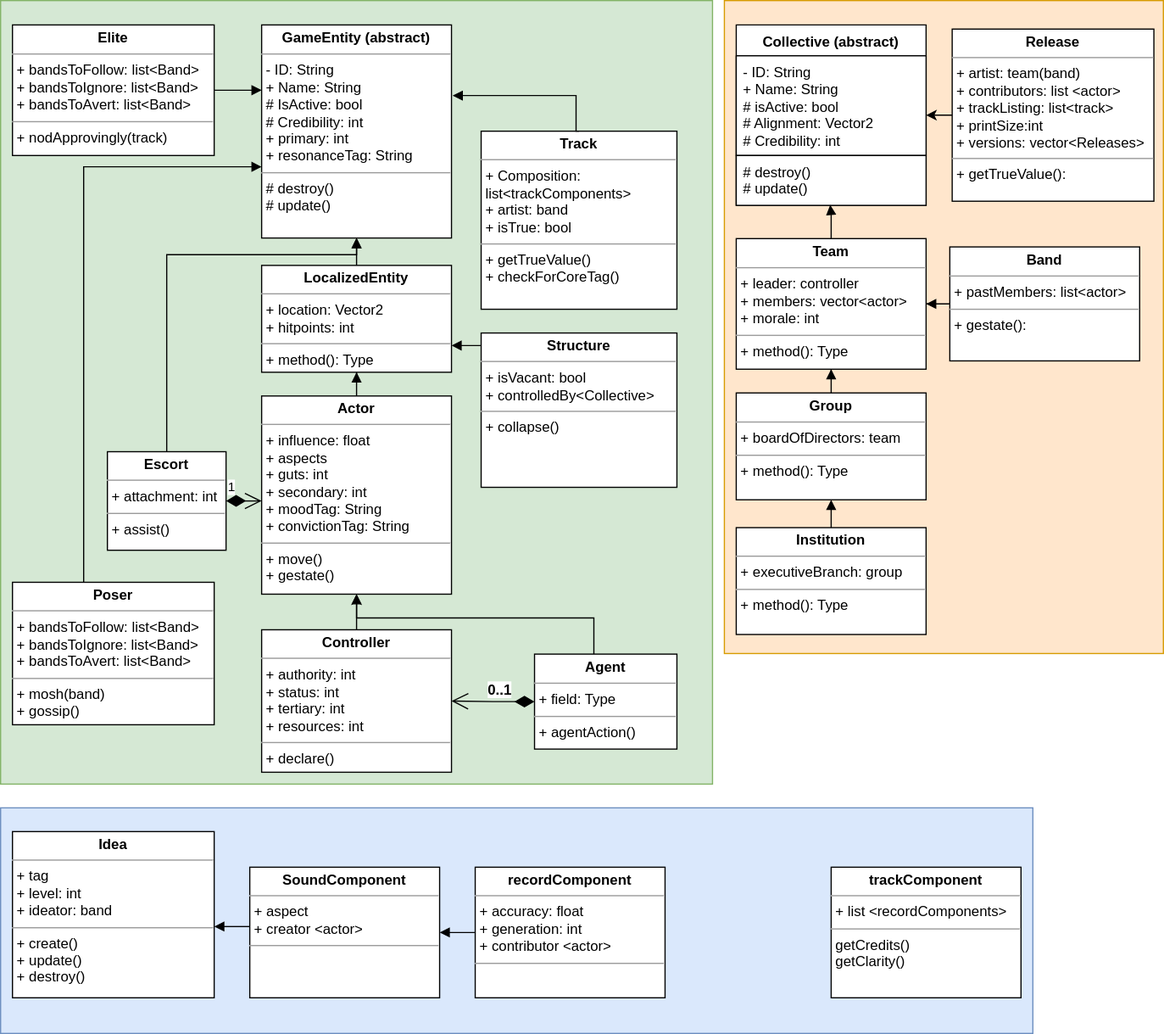
Above: TheProspector/Assets/Schematics/Entity.svg in SakuNurmiranta/TheProspector (draw.io), before the change. Source tidied: cells renumbered, new cells last; positions are measured from the earlier drawing's top-left corner, leaving out a move shared by most shapes.
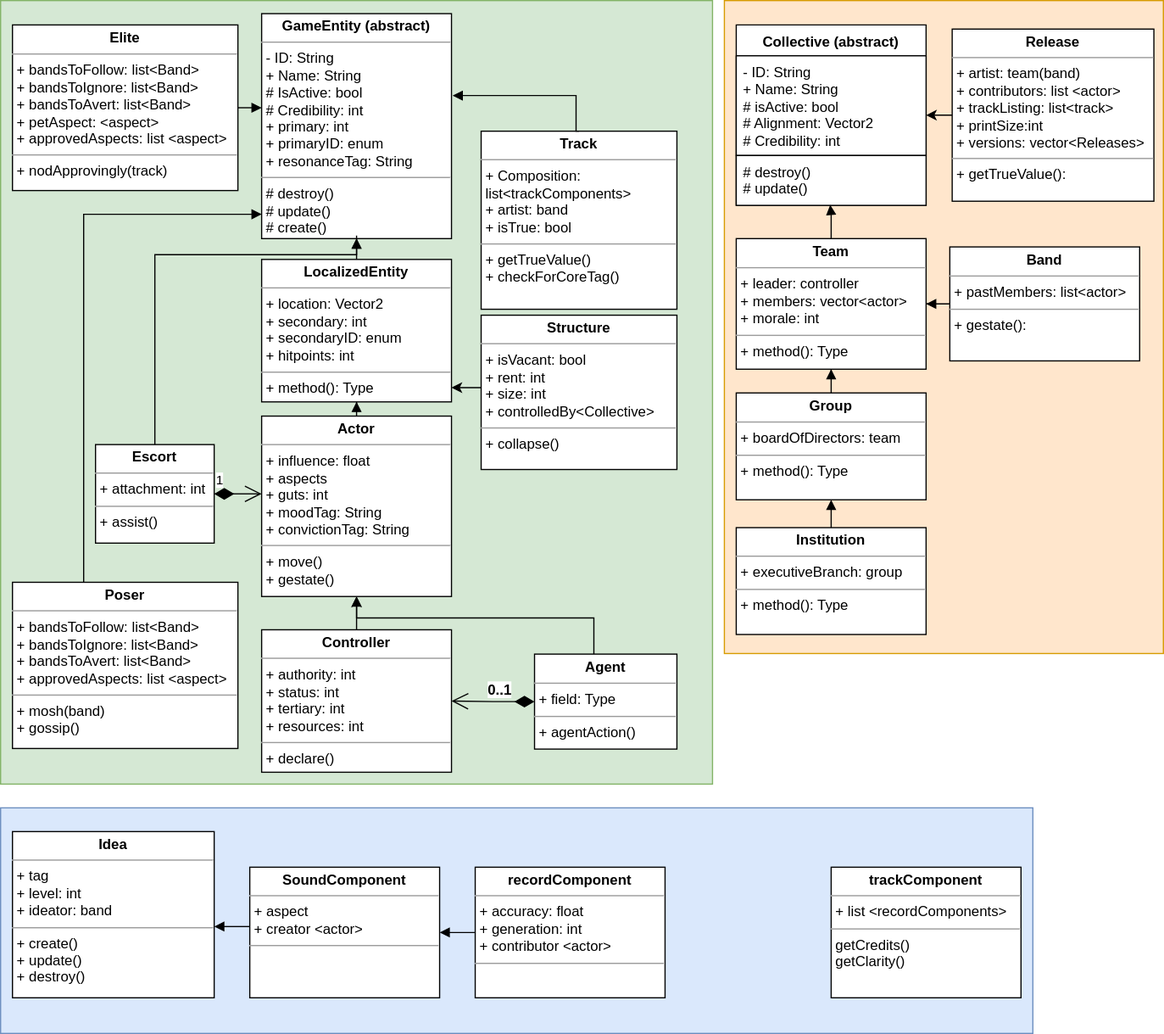
After the commit.

Commit message:
Worked with designing a structure, and came up with Aspects and Resonance system

The edit, as a diff of the source:
```diff
@@ -11,8 +11,8 @@
     <mxCell id="4" style="whiteSpace=wrap;html=1;align=center;labelPosition=center;verticalLabelPosition=bottom;verticalAlign=top;fillColor=#dae8fc;strokeColor=#6c8ebf;" parent="1" vertex="1">
       <mxGeometry y="680" width="870" height="190" as="geometry" />
     </mxCell>
-    <mxCell id="5" value="&lt;p style=&quot;margin:0px;margin-top:4px;text-align:center;&quot;&gt;&lt;b&gt;GameEntity (abstract)&lt;/b&gt;&lt;/p&gt;&lt;hr size=&quot;1&quot;&gt;&lt;p style=&quot;margin:0px;margin-left:4px;&quot;&gt;- ID: String&lt;/p&gt;&lt;p style=&quot;border-color: var(--border-color); margin: 0px 0px 0px 4px;&quot;&gt;+ Name: String&lt;/p&gt;&lt;p style=&quot;border-color: var(--border-color); margin: 0px 0px 0px 4px;&quot;&gt;# IsActive: bool&lt;/p&gt;&lt;p style=&quot;border-color: var(--border-color); margin: 0px 0px 0px 4px;&quot;&gt;# Credibility: int&lt;/p&gt;&lt;p style=&quot;border-color: var(--border-color); margin: 0px 0px 0px 4px;&quot;&gt;+ primary: int&lt;/p&gt;&lt;p style=&quot;border-color: var(--border-color); margin: 0px 0px 0px 4px;&quot;&gt;+ resonanceTag: String&lt;/p&gt;&lt;hr size=&quot;1&quot;&gt;&lt;p style=&quot;margin:0px;margin-left:4px;&quot;&gt;&lt;span style=&quot;background-color: initial;&quot;&gt;# destroy()&lt;/span&gt;&lt;br&gt;&lt;/p&gt;&lt;p style=&quot;margin:0px;margin-left:4px;&quot;&gt;# update()&lt;/p&gt;" style="verticalAlign=top;align=left;overflow=fill;fontSize=12;fontFamily=Helvetica;html=1;whiteSpace=wrap;" parent="1" vertex="1">
-      <mxGeometry x="220" y="20.5" width="160" height="179.5" as="geometry" />
+    <mxCell id="5" value="&lt;p style=&quot;margin:0px;margin-top:4px;text-align:center;&quot;&gt;&lt;b&gt;GameEntity (abstract)&lt;/b&gt;&lt;/p&gt;&lt;hr size=&quot;1&quot;&gt;&lt;p style=&quot;margin:0px;margin-left:4px;&quot;&gt;- ID: String&lt;/p&gt;&lt;p style=&quot;border-color: var(--border-color); margin: 0px 0px 0px 4px;&quot;&gt;+ Name: String&lt;/p&gt;&lt;p style=&quot;border-color: var(--border-color); margin: 0px 0px 0px 4px;&quot;&gt;# IsActive: bool&lt;/p&gt;&lt;p style=&quot;border-color: var(--border-color); margin: 0px 0px 0px 4px;&quot;&gt;# Credibility: int&lt;/p&gt;&lt;p style=&quot;border-color: var(--border-color); margin: 0px 0px 0px 4px;&quot;&gt;+ primary: int&lt;/p&gt;&lt;p style=&quot;border-color: var(--border-color); margin: 0px 0px 0px 4px;&quot;&gt;+ primaryID: enum&lt;/p&gt;&lt;p style=&quot;border-color: var(--border-color); margin: 0px 0px 0px 4px;&quot;&gt;+ resonanceTag: String&lt;/p&gt;&lt;hr size=&quot;1&quot;&gt;&lt;p style=&quot;margin:0px;margin-left:4px;&quot;&gt;&lt;span style=&quot;background-color: initial;&quot;&gt;# destroy()&lt;/span&gt;&lt;br&gt;&lt;/p&gt;&lt;p style=&quot;margin:0px;margin-left:4px;&quot;&gt;# update()&lt;/p&gt;&lt;p style=&quot;margin:0px;margin-left:4px;&quot;&gt;# create()&lt;/p&gt;" style="verticalAlign=top;align=left;overflow=fill;fontSize=12;fontFamily=Helvetica;html=1;whiteSpace=wrap;" parent="1" vertex="1">
+      <mxGeometry x="220" y="11" width="160" height="189.5" as="geometry" />
     </mxCell>
     <mxCell id="6" style="edgeStyle=orthogonalEdgeStyle;rounded=0;jettySize=auto;html=1;entryX=0.5;entryY=1;entryDx=0;entryDy=0;endArrow=block;endFill=1;" parent="1" edge="1" source="7" target="12">
       <mxGeometry relative="1" as="geometry" />
@@ -37,19 +37,19 @@
     <mxCell id="11" style="edgeStyle=orthogonalEdgeStyle;rounded=0;jettySize=auto;html=1;endArrow=block;endFill=1;" parent="1" edge="1" source="12" target="17">
       <mxGeometry relative="1" as="geometry" />
     </mxCell>
-    <mxCell id="12" value="&lt;p style=&quot;margin:0px;margin-top:4px;text-align:center;&quot;&gt;&lt;b&gt;Actor&lt;/b&gt;&lt;/p&gt;&lt;hr size=&quot;1&quot;&gt;&lt;p style=&quot;margin:0px;margin-left:4px;&quot;&gt;&lt;span style=&quot;background-color: initial;&quot;&gt;+ influence: float&lt;/span&gt;&lt;br&gt;&lt;/p&gt;&lt;p style=&quot;margin:0px;margin-left:4px;&quot;&gt;&lt;span style=&quot;background-color: initial;&quot;&gt;+ aspects&lt;/span&gt;&lt;/p&gt;&lt;p style=&quot;margin:0px;margin-left:4px;&quot;&gt;&lt;span style=&quot;background-color: initial;&quot;&gt;+ guts: int&lt;/span&gt;&lt;br&gt;&lt;/p&gt;&lt;p style=&quot;margin:0px;margin-left:4px;&quot;&gt;&lt;span style=&quot;background-color: initial;&quot;&gt;+ secondary: int&lt;/span&gt;&lt;/p&gt;&lt;p style=&quot;margin:0px;margin-left:4px;&quot;&gt;&lt;span style=&quot;background-color: initial;&quot;&gt;+ moodTag: String&lt;/span&gt;&lt;/p&gt;&lt;p style=&quot;margin:0px;margin-left:4px;&quot;&gt;&lt;span style=&quot;background-color: initial;&quot;&gt;+ convictionTag: String&lt;/span&gt;&lt;/p&gt;&lt;hr size=&quot;1&quot;&gt;&lt;p style=&quot;margin:0px;margin-left:4px;&quot;&gt;+ move()&lt;/p&gt;&lt;p style=&quot;margin:0px;margin-left:4px;&quot;&gt;+ gestate()&lt;/p&gt;" style="verticalAlign=top;align=left;overflow=fill;fontSize=12;fontFamily=Helvetica;html=1;whiteSpace=wrap;" parent="1" vertex="1">
-      <mxGeometry x="220" y="333.1" width="160" height="166.9" as="geometry" />
+    <mxCell id="12" value="&lt;p style=&quot;margin:0px;margin-top:4px;text-align:center;&quot;&gt;&lt;b&gt;Actor&lt;/b&gt;&lt;/p&gt;&lt;hr size=&quot;1&quot;&gt;&lt;p style=&quot;margin:0px;margin-left:4px;&quot;&gt;&lt;span style=&quot;background-color: initial;&quot;&gt;+ influence: float&lt;/span&gt;&lt;br&gt;&lt;/p&gt;&lt;p style=&quot;margin:0px;margin-left:4px;&quot;&gt;&lt;span style=&quot;background-color: initial;&quot;&gt;+ aspects&lt;/span&gt;&lt;/p&gt;&lt;p style=&quot;margin:0px;margin-left:4px;&quot;&gt;&lt;span style=&quot;background-color: initial;&quot;&gt;+ guts: int&lt;/span&gt;&lt;/p&gt;&lt;p style=&quot;margin:0px;margin-left:4px;&quot;&gt;&lt;span style=&quot;background-color: initial;&quot;&gt;+ moodTag: String&lt;/span&gt;&lt;/p&gt;&lt;p style=&quot;margin:0px;margin-left:4px;&quot;&gt;&lt;span style=&quot;background-color: initial;&quot;&gt;+ convictionTag: String&lt;/span&gt;&lt;/p&gt;&lt;hr size=&quot;1&quot;&gt;&lt;p style=&quot;margin:0px;margin-left:4px;&quot;&gt;+ move()&lt;/p&gt;&lt;p style=&quot;margin:0px;margin-left:4px;&quot;&gt;+ gestate()&lt;/p&gt;" style="verticalAlign=top;align=left;overflow=fill;fontSize=12;fontFamily=Helvetica;html=1;whiteSpace=wrap;" parent="1" vertex="1">
+      <mxGeometry x="220" y="350" width="160" height="152" as="geometry" />
     </mxCell>
     <mxCell id="13" style="edgeStyle=orthogonalEdgeStyle;rounded=0;jettySize=auto;html=1;entryX=0.5;entryY=1;entryDx=0;entryDy=0;endArrow=block;endFill=1;" parent="1" edge="1" source="14" target="5">
       <mxGeometry relative="1" as="geometry">
         <Array as="points">
-          <mxPoint x="140" y="214" />
+          <mxPoint x="130" y="214" />
           <mxPoint x="300" y="214" />
         </Array>
       </mxGeometry>
     </mxCell>
     <mxCell id="14" value="&lt;p style=&quot;margin:0px;margin-top:4px;text-align:center;&quot;&gt;&lt;b&gt;Escort&lt;/b&gt;&lt;/p&gt;&lt;hr size=&quot;1&quot;&gt;&lt;p style=&quot;margin:0px;margin-left:4px;&quot;&gt;+ attachment: int&lt;br&gt;&lt;/p&gt;&lt;hr size=&quot;1&quot;&gt;&lt;p style=&quot;margin:0px;margin-left:4px;&quot;&gt;+ assist()&lt;/p&gt;" style="verticalAlign=top;align=left;overflow=fill;fontSize=12;fontFamily=Helvetica;html=1;whiteSpace=wrap;" parent="1" vertex="1">
-      <mxGeometry x="90" y="380" width="100" height="83" as="geometry" />
+      <mxGeometry x="80" y="374" width="100" height="83" as="geometry" />
     </mxCell>
     <mxCell id="15" value="1" style="endArrow=open;html=1;endSize=12;startArrow=diamondThin;startSize=14;startFill=1;edgeStyle=orthogonalEdgeStyle;align=left;verticalAlign=bottom;rounded=0;" parent="1" edge="1" source="14" target="12">
       <mxGeometry x="-1" y="3" relative="1" as="geometry">
@@ -61,18 +61,19 @@
     <mxCell id="16" style="edgeStyle=orthogonalEdgeStyle;rounded=0;jettySize=auto;html=1;endArrow=block;endFill=1;" parent="1" edge="1" source="17" target="5">
       <mxGeometry relative="1" as="geometry" />
     </mxCell>
-    <mxCell id="17" value="&lt;p style=&quot;margin:0px;margin-top:4px;text-align:center;&quot;&gt;&lt;b&gt;LocalizedEntity&lt;/b&gt;&lt;/p&gt;&lt;hr size=&quot;1&quot;&gt;&lt;p style=&quot;margin:0px;margin-left:4px;&quot;&gt;+ location: Vector2&lt;/p&gt;&lt;p style=&quot;margin:0px;margin-left:4px;&quot;&gt;+ hitpoints: int&lt;/p&gt;&lt;hr size=&quot;1&quot;&gt;&lt;p style=&quot;margin:0px;margin-left:4px;&quot;&gt;+ method(): Type&lt;/p&gt;" style="verticalAlign=top;align=left;overflow=fill;fontSize=12;fontFamily=Helvetica;html=1;whiteSpace=wrap;" parent="1" vertex="1">
-      <mxGeometry x="220" y="223.1" width="160" height="90" as="geometry" />
+    <mxCell id="17" value="&lt;p style=&quot;margin:0px;margin-top:4px;text-align:center;&quot;&gt;&lt;b&gt;LocalizedEntity&lt;/b&gt;&lt;/p&gt;&lt;hr size=&quot;1&quot;&gt;&lt;p style=&quot;margin:0px;margin-left:4px;&quot;&gt;+ location: Vector2&lt;/p&gt;&lt;p style=&quot;margin:0px;margin-left:4px;&quot;&gt;+ secondary: int&lt;/p&gt;&lt;p style=&quot;margin:0px;margin-left:4px;&quot;&gt;+ secondaryID: enum&lt;/p&gt;&lt;p style=&quot;margin:0px;margin-left:4px;&quot;&gt;+ hitpoints: int&lt;/p&gt;&lt;hr size=&quot;1&quot;&gt;&lt;p style=&quot;margin:0px;margin-left:4px;&quot;&gt;+ method(): Type&lt;/p&gt;" style="verticalAlign=top;align=left;overflow=fill;fontSize=12;fontFamily=Helvetica;html=1;whiteSpace=wrap;" parent="1" vertex="1">
+      <mxGeometry x="220" y="218" width="160" height="120" as="geometry" />
     </mxCell>
-    <mxCell id="18" style="edgeStyle=orthogonalEdgeStyle;rounded=0;jettySize=auto;html=1;endArrow=block;endFill=1;entryX=1;entryY=0.75;entryDx=0;entryDy=0;" parent="1" edge="1" source="19" target="17">
+    <mxCell id="18" style="edgeStyle=orthogonalEdgeStyle;rounded=0;jettySize=auto;html=1;entryX=1;entryY=0.9;entryDx=0;entryDy=0;entryPerimeter=0;" parent="1" edge="1" source="19" target="17">
       <mxGeometry relative="1" as="geometry">
         <Array as="points">
-          <mxPoint x="400" y="290" />
+          <mxPoint x="390" y="326" />
+          <mxPoint x="390" y="326" />
         </Array>
       </mxGeometry>
     </mxCell>
-    <mxCell id="19" value="&lt;p style=&quot;margin:0px;margin-top:4px;text-align:center;&quot;&gt;&lt;b&gt;Structure&lt;/b&gt;&lt;/p&gt;&lt;hr size=&quot;1&quot;&gt;&lt;p style=&quot;margin:0px;margin-left:4px;&quot;&gt;&lt;span style=&quot;background-color: initial;&quot;&gt;+ isVacant: bool&lt;/span&gt;&lt;br&gt;&lt;/p&gt;&lt;p style=&quot;margin:0px;margin-left:4px;&quot;&gt;+ controlledBy&amp;lt;Collective&amp;gt;&lt;/p&gt;&lt;hr size=&quot;1&quot;&gt;&lt;p style=&quot;margin:0px;margin-left:4px;&quot;&gt;+ collapse()&lt;/p&gt;" style="verticalAlign=top;align=left;overflow=fill;fontSize=12;fontFamily=Helvetica;html=1;whiteSpace=wrap;" parent="1" vertex="1">
-      <mxGeometry x="405" y="280" width="165" height="130" as="geometry" />
+    <mxCell id="19" value="&lt;p style=&quot;margin:0px;margin-top:4px;text-align:center;&quot;&gt;&lt;b&gt;Structure&lt;/b&gt;&lt;/p&gt;&lt;hr size=&quot;1&quot;&gt;&lt;p style=&quot;margin:0px;margin-left:4px;&quot;&gt;&lt;span style=&quot;background-color: initial;&quot;&gt;+ isVacant: bool&lt;/span&gt;&lt;br&gt;&lt;/p&gt;&lt;p style=&quot;margin:0px;margin-left:4px;&quot;&gt;&lt;span style=&quot;background-color: initial;&quot;&gt;+ rent: int&lt;/span&gt;&lt;/p&gt;&lt;p style=&quot;margin:0px;margin-left:4px;&quot;&gt;&lt;span style=&quot;background-color: initial;&quot;&gt;+ size: int&lt;/span&gt;&lt;/p&gt;&lt;p style=&quot;margin:0px;margin-left:4px;&quot;&gt;+ controlledBy&amp;lt;Collective&amp;gt;&lt;/p&gt;&lt;hr size=&quot;1&quot;&gt;&lt;p style=&quot;margin:0px;margin-left:4px;&quot;&gt;+ collapse()&lt;/p&gt;" style="verticalAlign=top;align=left;overflow=fill;fontSize=12;fontFamily=Helvetica;html=1;whiteSpace=wrap;" parent="1" vertex="1">
+      <mxGeometry x="405" y="265" width="165" height="130" as="geometry" />
     </mxCell>
     <mxCell id="20" value="Collective (abstract)" style="swimlane;fontStyle=1;align=center;verticalAlign=top;horizontal=1;startSize=26;whiteSpace=wrap;html=1;" parent="1" vertex="1">
       <mxGeometry x="620" y="20.5" width="160" height="152" as="geometry" />
@@ -154,18 +155,18 @@
         </Array>
       </mxGeometry>
     </mxCell>
-    <mxCell id="42" value="&lt;p style=&quot;margin:0px;margin-top:4px;text-align:center;&quot;&gt;&lt;b&gt;Elite&lt;/b&gt;&lt;/p&gt;&lt;hr size=&quot;1&quot;&gt;&lt;p style=&quot;margin:0px;margin-left:4px;&quot;&gt;+ bandsToFollow: list&amp;lt;Band&amp;gt;&lt;/p&gt;&lt;p style=&quot;margin:0px;margin-left:4px;&quot;&gt;+ bandsToIgnore: list&amp;lt;Band&amp;gt;&lt;/p&gt;&lt;p style=&quot;margin:0px;margin-left:4px;&quot;&gt;+ bandsToAvert: list&amp;lt;Band&amp;gt;&lt;/p&gt;&lt;hr size=&quot;1&quot;&gt;&lt;p style=&quot;margin:0px;margin-left:4px;&quot;&gt;+ nodApprovingly(track)&lt;/p&gt;" style="verticalAlign=top;align=left;overflow=fill;fontSize=12;fontFamily=Helvetica;html=1;whiteSpace=wrap;" parent="1" vertex="1">
-      <mxGeometry x="10" y="20.5" width="170" height="110" as="geometry" />
+    <mxCell id="42" value="&lt;p style=&quot;margin:0px;margin-top:4px;text-align:center;&quot;&gt;&lt;b&gt;Elite&lt;/b&gt;&lt;/p&gt;&lt;hr size=&quot;1&quot;&gt;&lt;p style=&quot;margin:0px;margin-left:4px;&quot;&gt;+ bandsToFollow: list&amp;lt;Band&amp;gt;&lt;/p&gt;&lt;p style=&quot;margin:0px;margin-left:4px;&quot;&gt;+ bandsToIgnore: list&amp;lt;Band&amp;gt;&lt;/p&gt;&lt;p style=&quot;margin:0px;margin-left:4px;&quot;&gt;+ bandsToAvert: list&amp;lt;Band&amp;gt;&lt;/p&gt;&lt;p style=&quot;border-color: var(--border-color); margin: 0px 0px 0px 4px;&quot;&gt;+ petAspect: &amp;lt;aspect&amp;gt;&lt;/p&gt;&lt;p style=&quot;border-color: var(--border-color); margin: 0px 0px 0px 4px;&quot;&gt;+ approvedAspects: list &amp;lt;aspect&amp;gt;&lt;/p&gt;&lt;hr size=&quot;1&quot;&gt;&lt;p style=&quot;margin:0px;margin-left:4px;&quot;&gt;+ nodApprovingly(track)&lt;/p&gt;" style="verticalAlign=top;align=left;overflow=fill;fontSize=12;fontFamily=Helvetica;html=1;whiteSpace=wrap;" parent="1" vertex="1">
+      <mxGeometry x="10" y="20.5" width="190" height="139.5" as="geometry" />
     </mxCell>
     <mxCell id="43" style="edgeStyle=orthogonalEdgeStyle;rounded=0;jettySize=auto;html=1;endArrow=block;endFill=1;" parent="1" edge="1" source="44" target="5">
       <mxGeometry relative="1" as="geometry">
         <Array as="points">
-          <mxPoint x="70" y="140" />
+          <mxPoint x="70" y="180" />
         </Array>
       </mxGeometry>
     </mxCell>
-    <mxCell id="44" value="&lt;p style=&quot;margin:0px;margin-top:4px;text-align:center;&quot;&gt;&lt;b&gt;Poser&lt;/b&gt;&lt;/p&gt;&lt;hr size=&quot;1&quot;&gt;&lt;p style=&quot;margin:0px;margin-left:4px;&quot;&gt;+ bandsToFollow: list&amp;lt;Band&amp;gt;&lt;/p&gt;&lt;p style=&quot;margin:0px;margin-left:4px;&quot;&gt;+ bandsToIgnore: list&amp;lt;Band&amp;gt;&lt;/p&gt;&lt;p style=&quot;margin:0px;margin-left:4px;&quot;&gt;+ bandsToAvert: list&amp;lt;Band&amp;gt;&lt;/p&gt;&lt;hr size=&quot;1&quot;&gt;&lt;p style=&quot;margin:0px;margin-left:4px;&quot;&gt;+ mosh(band)&lt;/p&gt;&lt;p style=&quot;margin:0px;margin-left:4px;&quot;&gt;+ gossip()&lt;/p&gt;" style="verticalAlign=top;align=left;overflow=fill;fontSize=12;fontFamily=Helvetica;html=1;whiteSpace=wrap;" parent="1" vertex="1">
-      <mxGeometry x="10" y="490" width="170" height="120" as="geometry" />
+    <mxCell id="44" value="&lt;p style=&quot;margin:0px;margin-top:4px;text-align:center;&quot;&gt;&lt;b&gt;Poser&lt;/b&gt;&lt;/p&gt;&lt;hr size=&quot;1&quot;&gt;&lt;p style=&quot;margin:0px;margin-left:4px;&quot;&gt;+ bandsToFollow: list&amp;lt;Band&amp;gt;&lt;/p&gt;&lt;p style=&quot;margin:0px;margin-left:4px;&quot;&gt;+ bandsToIgnore: list&amp;lt;Band&amp;gt;&lt;/p&gt;&lt;p style=&quot;margin:0px;margin-left:4px;&quot;&gt;+ bandsToAvert: list&amp;lt;Band&amp;gt;&lt;/p&gt;&lt;p style=&quot;margin:0px;margin-left:4px;&quot;&gt;+ approvedAspects: list &amp;lt;aspect&amp;gt;&lt;/p&gt;&lt;hr size=&quot;1&quot;&gt;&lt;p style=&quot;margin:0px;margin-left:4px;&quot;&gt;+ mosh(band)&lt;/p&gt;&lt;p style=&quot;margin:0px;margin-left:4px;&quot;&gt;+ gossip()&lt;/p&gt;" style="verticalAlign=top;align=left;overflow=fill;fontSize=12;fontFamily=Helvetica;html=1;whiteSpace=wrap;" parent="1" vertex="1">
+      <mxGeometry x="10" y="490" width="190" height="140" as="geometry" />
     </mxCell>
   </root>
 </mxGraphModel>
```
